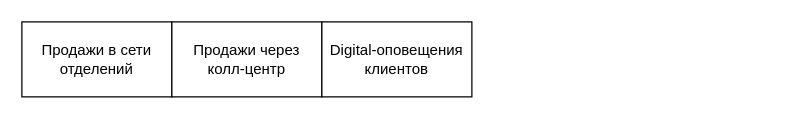
Before: it_land_map.drawio in MorKaragh/drawings, a draw.io diagram. Source tidied: cells renumbered, new cells numbered last; positions are measured from the earlier drawing's top-left corner, leaving out a move shared by most shapes. Both pictures are drawn from the tidied source at 125%, with x=0, y=0 at pixel (21, 21).
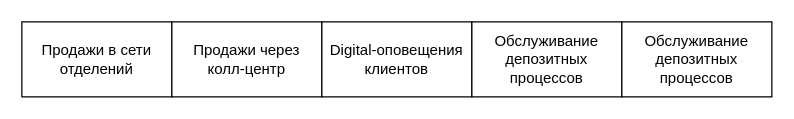
After the change.

Change to the diagram source:
```diff
@@
 <mxGraphModel>
   <root>
     <mxCell id="0" />
     <mxCell id="1" parent="0" />
     <mxCell id="2" value="Продажи в сети отделений" style="rounded=0;whiteSpace=wrap;html=1;" parent="1" vertex="1">
       <mxGeometry width="120" height="60" as="geometry" />
     </mxCell>
     <mxCell id="3" value="Продажи через колл-центр" style="rounded=0;whiteSpace=wrap;html=1;" parent="1" vertex="1">
       <mxGeometry x="120" width="120" height="60" as="geometry" />
     </mxCell>
     <mxCell id="4" value="Digital-оповещения клиентов" style="rounded=0;whiteSpace=wrap;html=1;" parent="1" vertex="1">
       <mxGeometry x="240" width="120" height="60" as="geometry" />
     </mxCell>
+    <mxCell id="5" value="Обслуживание депозитных процессов" style="rounded=0;whiteSpace=wrap;html=1;" parent="1" vertex="1">
+      <mxGeometry x="360" width="120" height="60" as="geometry" />
+    </mxCell>
+    <mxCell id="6" value="Обслуживание депозитных процессов" style="rounded=0;whiteSpace=wrap;html=1;" parent="1" vertex="1">
+      <mxGeometry x="480" width="120" height="60" as="geometry" />
+    </mxCell>
   </root>
 </mxGraphModel>
```
